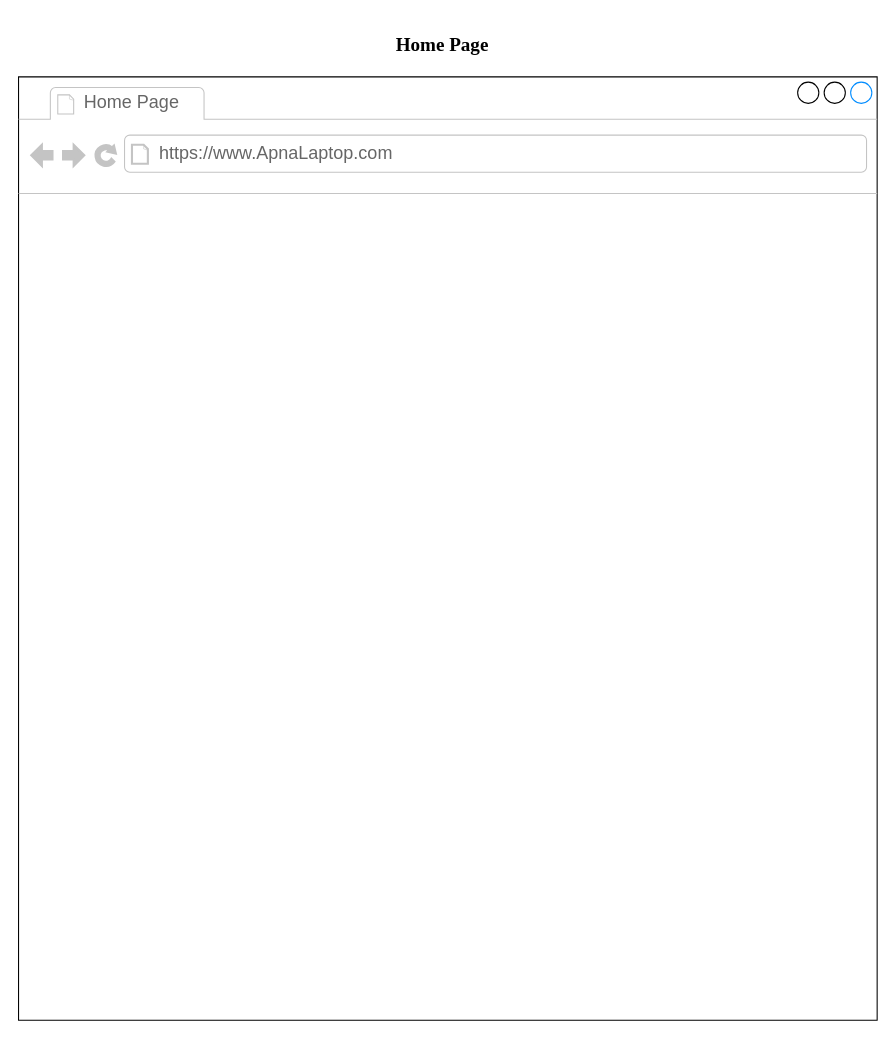
Above: HomePage.drawio in Hamza8479/Wireframe (draw.io), before the change. Source tidied: cells renumbered, new cells numbered last; positions are measured from the earlier drawing's top-left corner, leaving out a move shared by most shapes. Both pictures are drawn from the tidied source at 106%, with x=0, y=0 at pixel (18, 34).
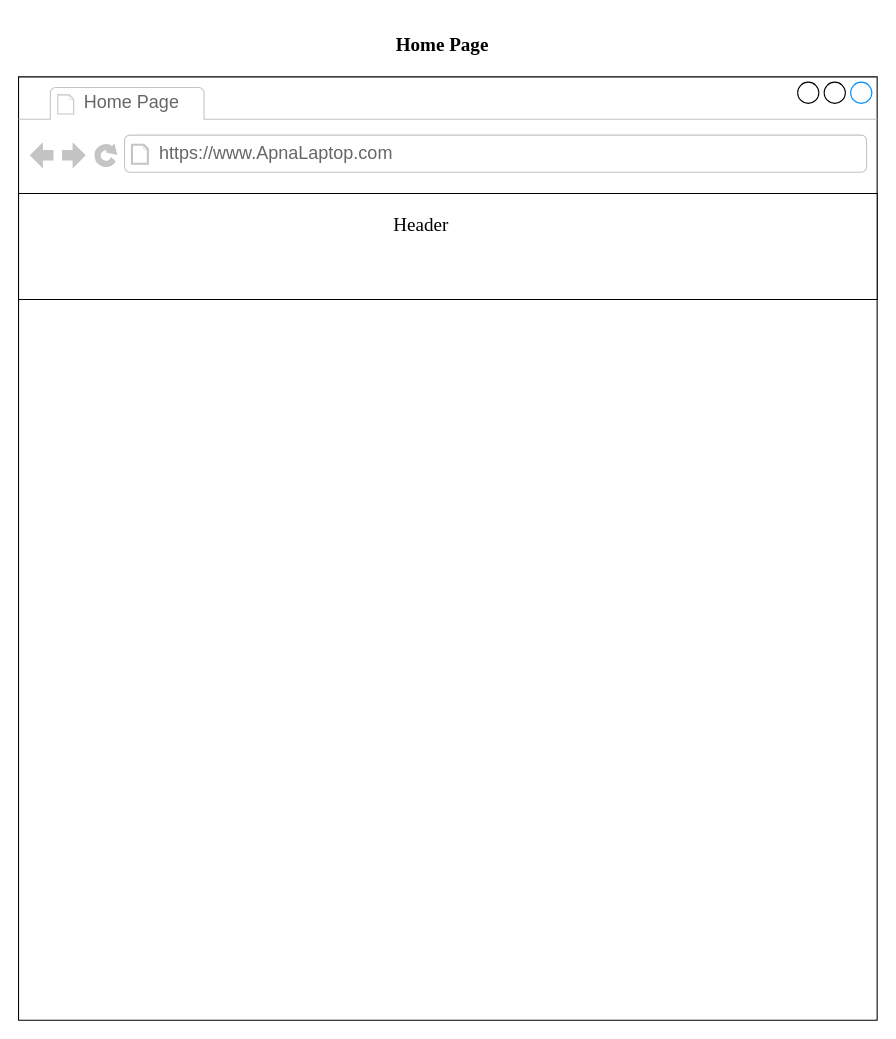
Above is the later version.

The edit, as a diff of the source:
```diff
@@
 <mxGraphModel>
   <root>
     <mxCell id="0" />
     <mxCell id="1" parent="0" />
     <mxCell id="2" style="strokeWidth=1;shadow=0;dashed=0;align=center;html=1;shape=mxgraph.mockup.containers.browserWindow;rSize=0;strokeColor2=#008cff;strokeColor3=#c4c4c4;mainText=,;" parent="1" vertex="1">
       <mxGeometry y="40" width="810" height="890" as="geometry" />
     </mxCell>
     <mxCell id="3" value="Home Page" style="strokeWidth=1;shadow=0;dashed=0;align=center;html=1;shape=mxgraph.mockup.containers.anchor;fontSize=17;fontColor=#666666;align=left;" parent="2" vertex="1">
       <mxGeometry x="60" y="12" width="110" height="26" as="geometry" />
     </mxCell>
     <mxCell id="4" value="https://www.ApnaLaptop.com" style="strokeWidth=1;shadow=0;dashed=0;align=center;html=1;shape=mxgraph.mockup.containers.anchor;rSize=0;fontSize=17;fontColor=#666666;align=left;" parent="2" vertex="1">
       <mxGeometry x="131" y="60" width="250" height="26" as="geometry" />
     </mxCell>
+    <mxCell id="6" style="verticalLabelPosition=bottom;verticalAlign=top;html=1;shape=mxgraph.basic.rect;fillColor2=none;strokeWidth=1;size=20;indent=5;fontFamily=Times New Roman;fontSize=18;" parent="2" vertex="1">
+      <mxGeometry y="110" width="810" height="100" as="geometry" />
+    </mxCell>
+    <mxCell id="7" value="Header" style="text;html=1;strokeColor=none;fillColor=none;align=center;verticalAlign=middle;whiteSpace=wrap;rounded=0;fontFamily=Times New Roman;fontSize=18;" parent="2" vertex="1">
+      <mxGeometry x="320" y="130" width="120" height="20" as="geometry" />
+    </mxCell>
     <mxCell id="5" value="&lt;h2 style=&quot;font-size: 18px;&quot;&gt;Home Page&lt;/h2&gt;" style="text;html=1;align=center;verticalAlign=middle;whiteSpace=wrap;rounded=0;fontFamily=Times New Roman;fontStyle=0;fontSize=18;" parent="1" vertex="1">
       <mxGeometry x="20" width="760" height="20" as="geometry" />
     </mxCell>
   </root>
 </mxGraphModel>
```
